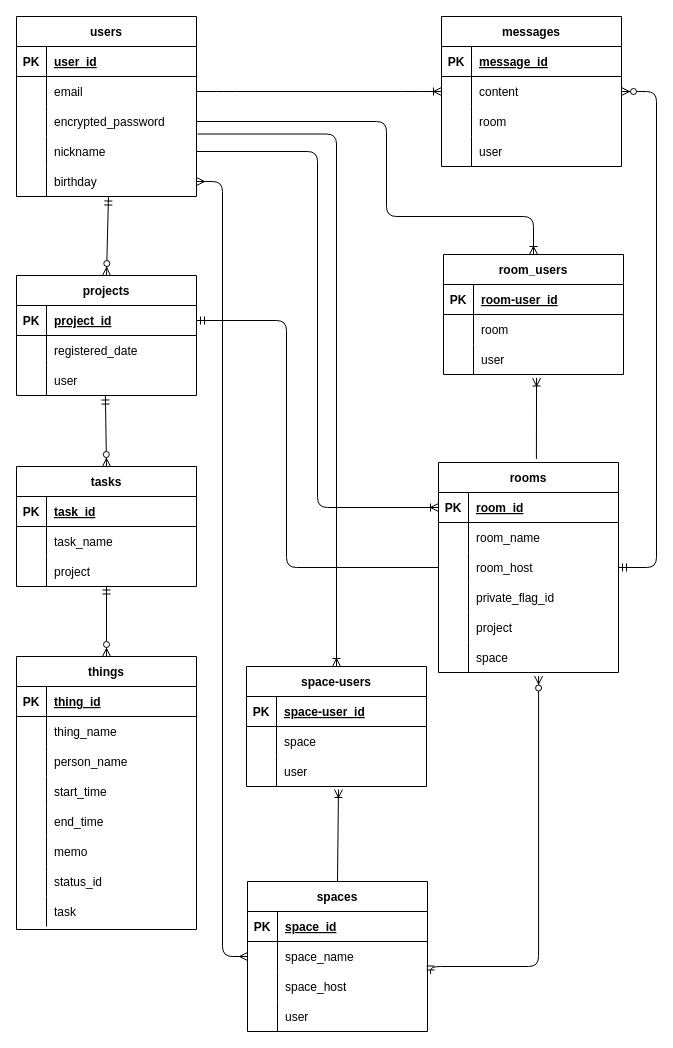
Before: tododbd.dio in sora-site/tododbd, a draw.io diagram. Source tidied: cells renumbered, new cells numbered last; positions are measured from the earlier drawing's top-left corner, leaving out a move shared by most shapes. Both pictures are drawn from the tidied source at 100%, with x=0, y=0 at pixel (16, 16).
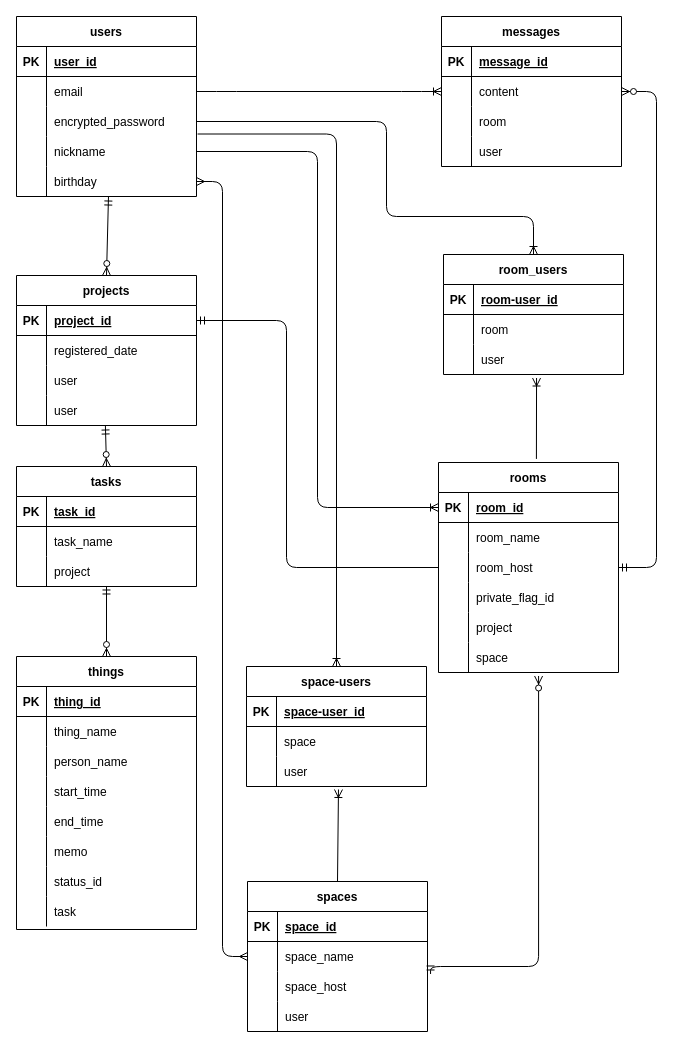
After the change.

Change to the diagram source:
```diff
@@
     <mxCell id="125" value="projects" style="shape=table;startSize=30;childLayout=tableLayout;rowLines=0;fontStyle=1;align=center;" parent="1" vertex="1">
-      <mxGeometry y="259" width="180" height="120" as="geometry" />
+      <mxGeometry y="259" width="180" height="150" as="geometry" />
     </mxCell>
@@
+    <mxCell id="141" style="shape=tableRow;horizontal=0;startSize=0;swimlaneHead=0;swimlaneBody=0;fillColor=none;top=0;left=0;right=0;bottom=0;" parent="125" vertex="1">
+      <mxGeometry y="90" width="180" height="30" as="geometry" />
+    </mxCell>
+    <mxCell id="142" style="shape=partialRectangle;fillColor=none;top=0;left=0;bottom=0;right=0;overflow=hidden;" parent="141" vertex="1">
+      <mxGeometry width="30" height="30" as="geometry" />
+    </mxCell>
+    <mxCell id="143" value="user" style="shape=partialRectangle;fillColor=none;top=0;left=0;bottom=0;right=0;align=left;spacingLeft=6;overflow=hidden;" parent="141" vertex="1">
+      <mxGeometry x="30" width="150" height="30" as="geometry" />
+    </mxCell>
     <mxCell id="132" style="shape=tableRow;horizontal=0;startSize=0;swimlaneHead=0;swimlaneBody=0;fillColor=none;points=[[0,0.5],[1,0.5]];portConstraint=eastwest;top=0;left=0;right=0;bottom=0;" parent="125" vertex="1">
-      <mxGeometry y="90" width="180" height="30" as="geometry" />
+      <mxGeometry y="120" width="180" height="30" as="geometry" />
     </mxCell>
```
